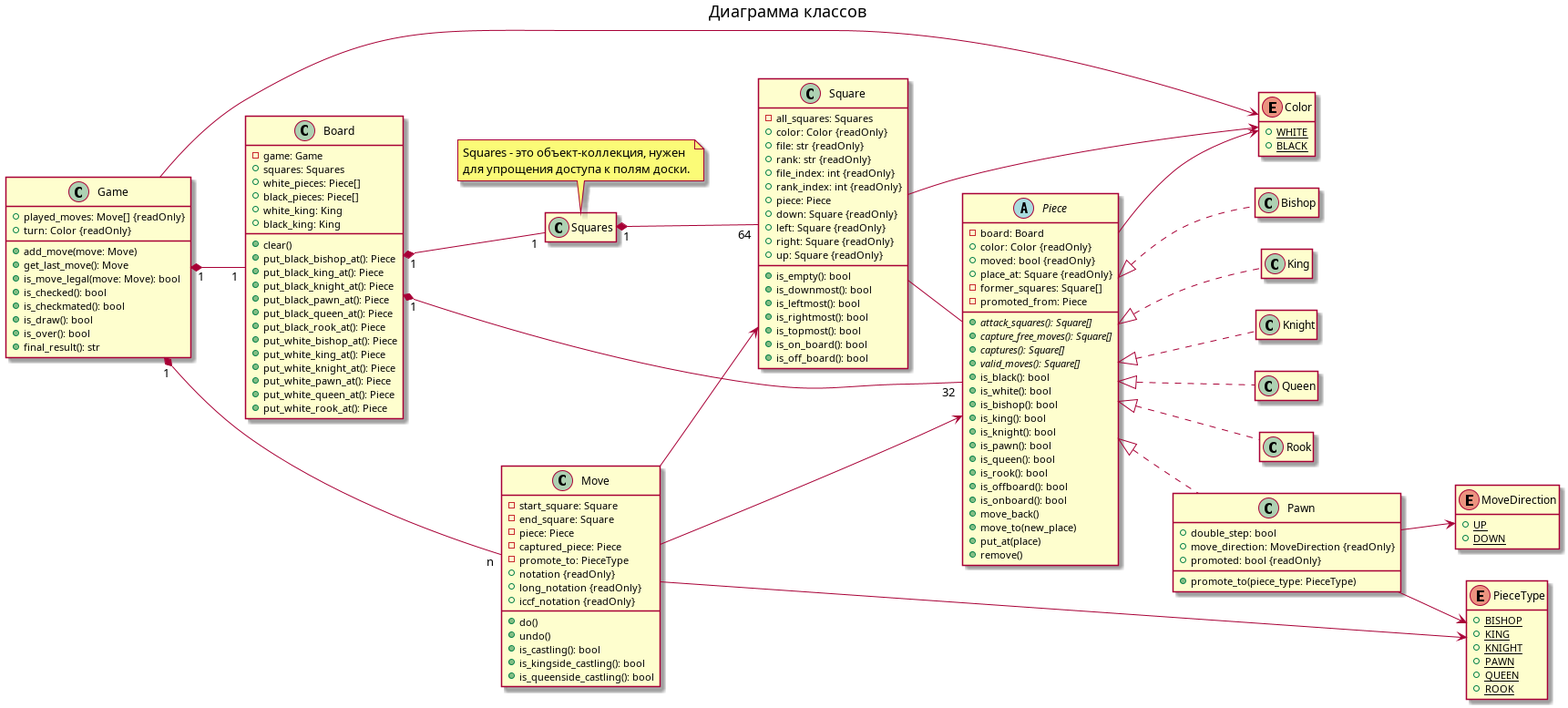
This is docs/chess.png from jaeshaed/531-chess, a PlantUML export, as it was before one commit. Its source is kept beside it as docs/chess.puml.
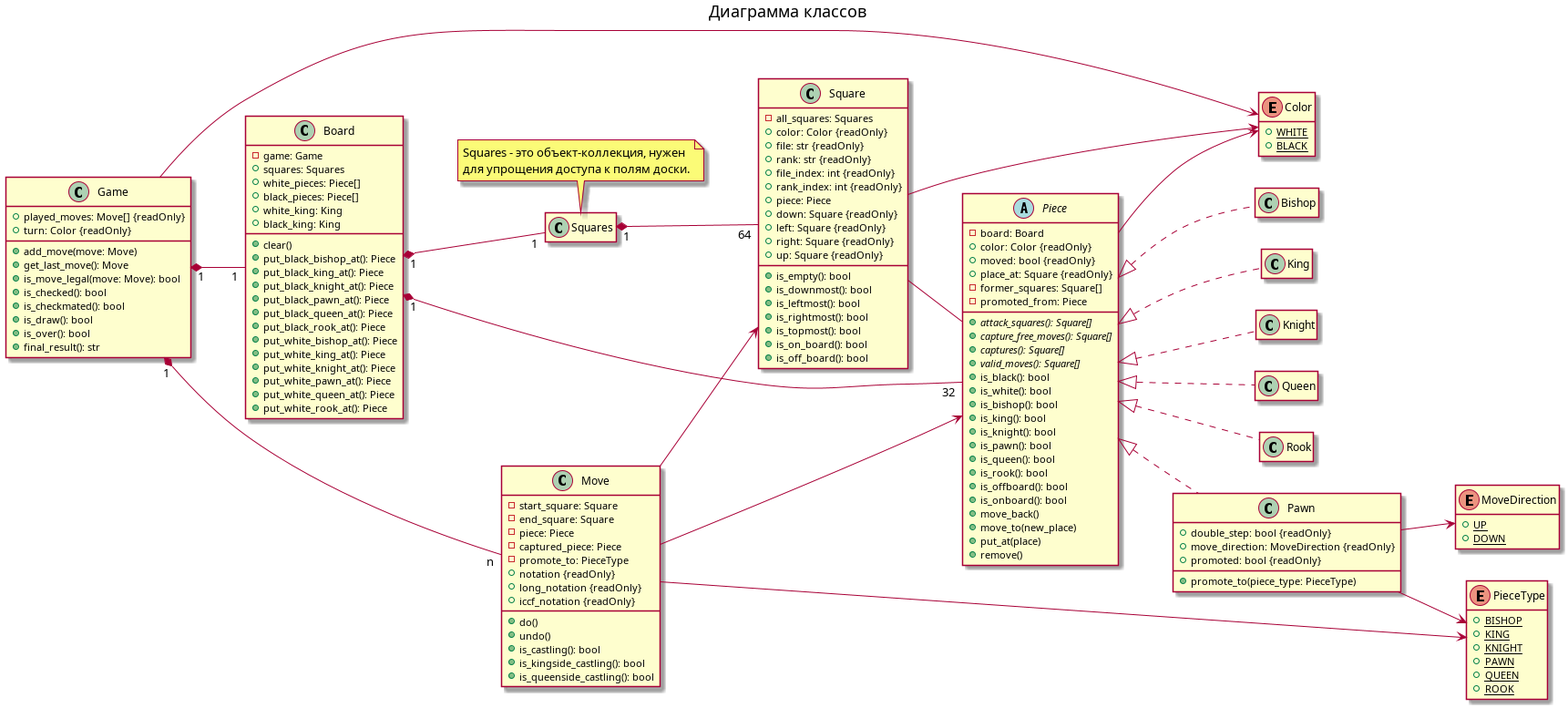
The same diagram one commit later.

Commit message:
Обновил диаграмму классов.

Change to the diagram source:
```diff
@@ -78,7 +78,7 @@
 }
 
 class Pawn {
-  +double_step: bool
+  +double_step: bool {readOnly}
   +move_direction: MoveDirection {readOnly}
   +promoted: bool {readOnly}
   +promote_to(piece_type: PieceType)
```
